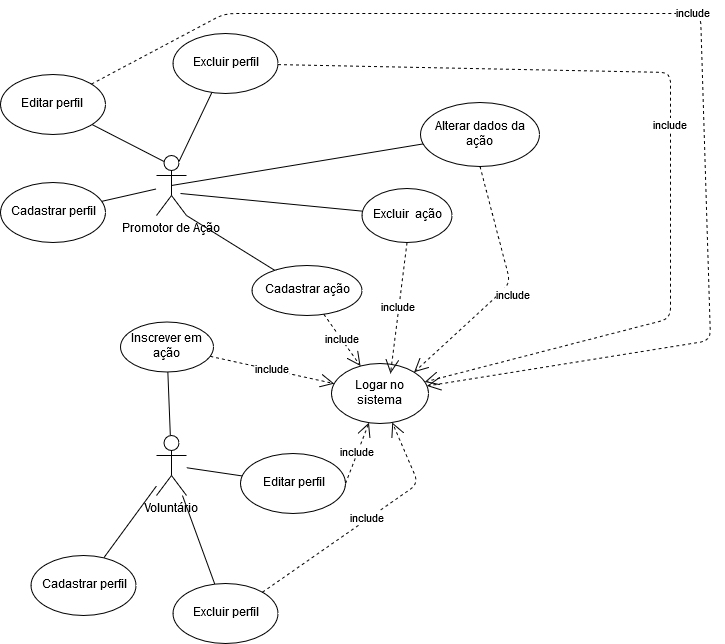
Above: docs/diagrama-casos-de-uso.png.png in danielfreitasbs/ligacao (draw.io), before the change. Source tidied: cells renumbered, new cells last; positions are measured from the earlier drawing's top-left corner, leaving out a move shared by most shapes.
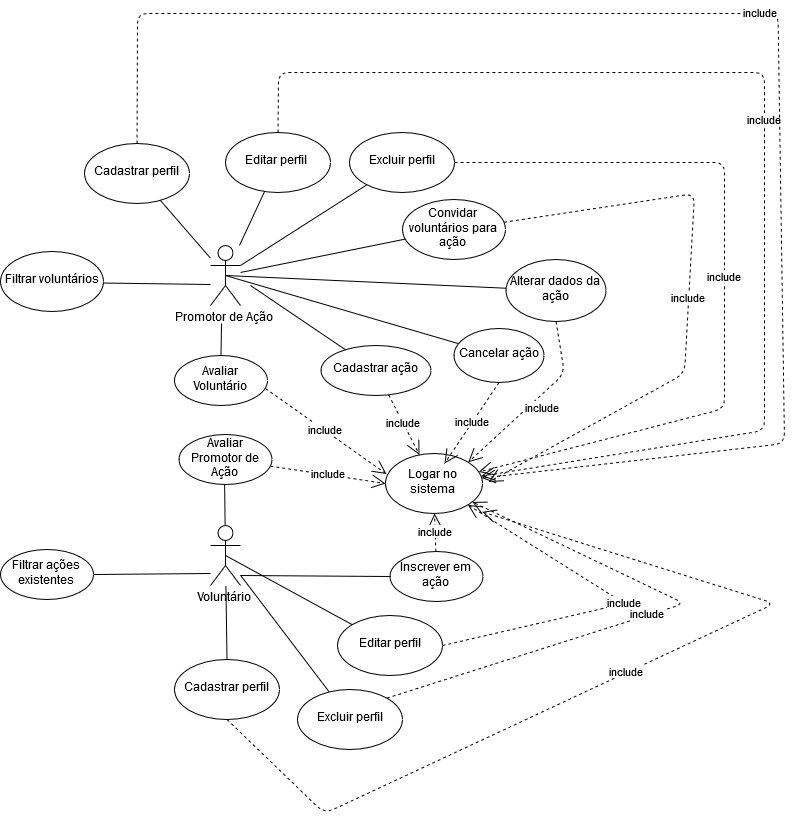
The same file after the commit.

Commit message:
docs: diagrama de casos de uso

What changed in the source:
```diff
@@ -8,11 +8,13 @@
     <mxCell id="3" value="Promotor de Ação" style="shape=umlActor;verticalLabelPosition=bottom;labelBackgroundColor=#ffffff;verticalAlign=top;html=1;outlineConnect=0;" parent="1" vertex="1">
       <mxGeometry x="156" y="142" width="30" height="60" as="geometry" />
     </mxCell>
-    <mxCell id="4" style="endArrow=none;endFill=0;endSize=12;html=1;exitX=1;exitY=1;exitDx=0;exitDy=0;exitPerimeter=0;" parent="1" edge="1" source="3" target="5">
-      <mxGeometry relative="1" as="geometry" />
+    <mxCell id="4" style="endArrow=none;endFill=0;endSize=12;html=1;" parent="1" edge="1" target="5">
+      <mxGeometry relative="1" as="geometry">
+        <mxPoint x="196" y="182" as="sourcePoint" />
+      </mxGeometry>
     </mxCell>
     <mxCell id="5" value="Cadastrar ação" style="ellipse;whiteSpace=wrap;html=1;" parent="1" vertex="1">
-      <mxGeometry x="251.5" y="252" width="110" height="50" as="geometry" />
+      <mxGeometry x="266.5" y="242" width="110" height="50" as="geometry" />
     </mxCell>
     <mxCell id="6" value="Logar no sistema" style="ellipse;whiteSpace=wrap;html=1;" parent="1" vertex="1">
       <mxGeometry x="331" y="350" width="97" height="60" as="geometry" />
@@ -21,49 +23,91 @@
       <mxGeometry relative="1" as="geometry" />
     </mxCell>
     <mxCell id="8" value="Cadastrar perfil" style="ellipse;whiteSpace=wrap;html=1;" parent="1" vertex="1">
-      <mxGeometry y="169" width="105" height="60" as="geometry" />
+      <mxGeometry x="30" y="40" width="105" height="60" as="geometry" />
     </mxCell>
     <mxCell id="9" style="endArrow=none;endFill=0;endSize=12;html=1;" parent="1" edge="1" source="3" target="8">
       <mxGeometry relative="1" as="geometry" />
     </mxCell>
     <mxCell id="10" value="Alterar dados da ação" style="ellipse;whiteSpace=wrap;html=1;" parent="1" vertex="1">
-      <mxGeometry x="420" y="89" width="119" height="64" as="geometry" />
+      <mxGeometry x="451.5" y="156" width="100" height="62" as="geometry" />
     </mxCell>
+    <mxCell id="33" style="endArrow=none;endFill=0;endSize=12;html=1;" parent="1" edge="1" target="34">
+      <mxGeometry relative="1" as="geometry">
+        <mxPoint x="156" y="470" as="sourcePoint" />
+      </mxGeometry>
+    </mxCell>
+    <mxCell id="34" value="Filtrar ações existentes" style="ellipse;whiteSpace=wrap;html=1;" parent="1" vertex="1">
+      <mxGeometry x="-54" y="446" width="93" height="50" as="geometry" />
+    </mxCell>
     <mxCell id="11" value="Inscrever em ação" style="ellipse;whiteSpace=wrap;html=1;" parent="1" vertex="1">
-      <mxGeometry x="120" y="308.5" width="93" height="50" as="geometry" />
+      <mxGeometry x="335.5" y="448" width="93" height="50" as="geometry" />
     </mxCell>
-    <mxCell id="12" style="endArrow=none;endFill=0;endSize=12;html=1;" parent="1" edge="1" source="2" target="11">
-      <mxGeometry relative="1" as="geometry" />
+    <mxCell id="12" style="endArrow=none;endFill=0;endSize=12;html=1;" parent="1" edge="1" target="11">
+      <mxGeometry relative="1" as="geometry">
+        <mxPoint x="186" y="472" as="sourcePoint" />
+      </mxGeometry>
     </mxCell>
+    <mxCell id="35" value="Avaliar Promotor de Ação" style="ellipse;whiteSpace=wrap;html=1;" parent="1" vertex="1">
+      <mxGeometry x="124.5" y="331" width="93" height="50" as="geometry" />
+    </mxCell>
+    <mxCell id="36" style="endArrow=none;endFill=0;endSize=12;html=1;" parent="1" edge="1" source="2" target="35">
+      <mxGeometry relative="1" as="geometry" />
+    </mxCell>
     <mxCell id="13" style="endArrow=none;endFill=0;endSize=12;html=1;" parent="1" edge="1" source="2" target="15">
       <mxGeometry relative="1" as="geometry" />
     </mxCell>
+    <mxCell id="37" value="include" style="endArrow=open;endSize=12;dashed=1;html=1;entryX=0;entryY=0.5;entryDx=0;entryDy=0;" parent="1" edge="1" source="35" target="6">
+      <mxGeometry relative="1" as="geometry" />
+    </mxCell>
     <mxCell id="14" value="include" style="endArrow=open;endSize=12;dashed=1;html=1;" parent="1" edge="1" source="11" target="6">
       <mxGeometry relative="1" as="geometry" />
     </mxCell>
     <mxCell id="15" value="Cadastrar perfil" style="ellipse;whiteSpace=wrap;html=1;" parent="1" vertex="1">
-      <mxGeometry x="30.5" y="542" width="105" height="60" as="geometry" />
+      <mxGeometry x="120" y="556" width="105" height="60" as="geometry" />
     </mxCell>
     <mxCell id="16" value="Editar perfil" style="ellipse;whiteSpace=wrap;html=1;" parent="1" vertex="1">
-      <mxGeometry x="240" y="440" width="105" height="60" as="geometry" />
+      <mxGeometry x="283" y="512" width="105" height="60" as="geometry" />
     </mxCell>
     <mxCell id="17" value="Editar perfil&amp;nbsp;" style="ellipse;whiteSpace=wrap;html=1;" parent="1" vertex="1">
-      <mxGeometry y="61" width="105" height="60" as="geometry" />
+      <mxGeometry x="171" y="29" width="105" height="60" as="geometry" />
     </mxCell>
+    <mxCell id="38" value="Filtrar voluntários" style="ellipse;whiteSpace=wrap;html=1;" parent="1" vertex="1">
+      <mxGeometry x="-54" y="148" width="103" height="60" as="geometry" />
+    </mxCell>
+    <mxCell id="39" value="Convidar voluntários para ação" style="ellipse;whiteSpace=wrap;html=1;" parent="1" vertex="1">
+      <mxGeometry x="348" y="96" width="103" height="60" as="geometry" />
+    </mxCell>
+    <mxCell id="40" style="endArrow=none;endFill=0;endSize=12;html=1;" parent="1" edge="1">
+      <mxGeometry relative="1" as="geometry">
+        <mxPoint x="156" y="181" as="sourcePoint" />
+        <mxPoint x="49" y="179.5" as="targetPoint" />
+      </mxGeometry>
+    </mxCell>
+    <mxCell id="41" value="Avaliar Voluntário" style="ellipse;whiteSpace=wrap;html=1;" parent="1" vertex="1">
+      <mxGeometry x="120" y="252" width="93" height="50" as="geometry" />
+    </mxCell>
+    <mxCell id="42" value="include" style="endArrow=open;endSize=12;dashed=1;html=1;entryX=0.01;entryY=0.342;entryDx=0;entryDy=0;exitX=0.978;exitY=0.66;exitDx=0;exitDy=0;exitPerimeter=0;entryPerimeter=0;" parent="1" edge="1" source="41" target="6">
+      <mxGeometry relative="1" as="geometry" />
+    </mxCell>
+    <mxCell id="43" style="endArrow=none;endFill=0;endSize=12;html=1;entryX=0.5;entryY=0;entryDx=0;entryDy=0;" parent="1" edge="1" target="41">
+      <mxGeometry relative="1" as="geometry">
+        <mxPoint x="167" y="220" as="sourcePoint" />
+      </mxGeometry>
+    </mxCell>
     <mxCell id="18" value="Excluir perfil" style="ellipse;whiteSpace=wrap;html=1;" parent="1" vertex="1">
-      <mxGeometry x="172.5" y="20" width="105" height="60" as="geometry" />
+      <mxGeometry x="295" y="29" width="105" height="60" as="geometry" />
     </mxCell>
-    <mxCell id="19" value="Excluir&amp;nbsp; ação" style="ellipse;whiteSpace=wrap;html=1;" parent="1" vertex="1">
-      <mxGeometry x="361.5" y="175" width="90" height="54" as="geometry" />
+    <mxCell id="19" value="Cancelar ação" style="ellipse;whiteSpace=wrap;html=1;" parent="1" vertex="1">
+      <mxGeometry x="399.5" y="225" width="90" height="54" as="geometry" />
     </mxCell>
     <mxCell id="20" value="Excluir perfil" style="ellipse;whiteSpace=wrap;html=1;" parent="1" vertex="1">
-      <mxGeometry x="172.5" y="570" width="105" height="60" as="geometry" />
+      <mxGeometry x="243" y="586" width="105" height="60" as="geometry" />
     </mxCell>
     <mxCell id="21" value="include" style="endArrow=open;endSize=12;dashed=1;html=1;" parent="1" edge="1" source="17" target="6">
       <mxGeometry relative="1" as="geometry">
         <Array as="points">
-          <mxPoint x="224" />
-          <mxPoint x="700" />
+          <mxPoint x="224" y="-31" />
+          <mxPoint x="710" y="-31" />
           <mxPoint x="710" y="327" />
         </Array>
       </mxGeometry>
@@ -79,33 +123,65 @@
     <mxCell id="23" value="include" style="endArrow=open;endSize=12;dashed=1;html=1;exitX=1;exitY=0;exitDx=0;exitDy=0;" parent="1" edge="1" source="20" target="6">
       <mxGeometry relative="1" as="geometry">
         <Array as="points">
-          <mxPoint x="418" y="470" />
+          <mxPoint x="630" y="500" />
         </Array>
       </mxGeometry>
     </mxCell>
     <mxCell id="24" value="include" style="endArrow=open;endSize=12;dashed=1;html=1;exitX=1;exitY=0.5;exitDx=0;exitDy=0;" parent="1" edge="1" source="16" target="6">
-      <mxGeometry relative="1" as="geometry" />
+      <mxGeometry relative="1" as="geometry">
+        <Array as="points">
+          <mxPoint x="570" y="500" />
+        </Array>
+      </mxGeometry>
     </mxCell>
-    <mxCell id="25" style="endArrow=none;endFill=0;endSize=12;html=1;exitX=0.25;exitY=0.1;exitDx=0;exitDy=0;exitPerimeter=0;" parent="1" edge="1" source="3" target="17">
+    <mxCell id="25" style="endArrow=none;endFill=0;endSize=12;html=1;" parent="1" edge="1" source="3" target="17">
       <mxGeometry relative="1" as="geometry" />
     </mxCell>
-    <mxCell id="26" style="endArrow=none;endFill=0;endSize=12;html=1;exitX=0.75;exitY=0.1;exitDx=0;exitDy=0;exitPerimeter=0;" parent="1" edge="1" source="3" target="18">
+    <mxCell id="26" style="endArrow=none;endFill=0;endSize=12;html=1;exitX=1;exitY=0.3333333333333333;exitDx=0;exitDy=0;exitPerimeter=0;" parent="1" edge="1" source="3" target="18">
       <mxGeometry relative="1" as="geometry" />
     </mxCell>
+    <mxCell id="44" value="include" style="endArrow=open;endSize=12;dashed=1;html=1;exitX=0.5;exitY=0;exitDx=0;exitDy=0;" parent="1" edge="1" source="8" target="6">
+      <mxGeometry relative="1" as="geometry">
+        <Array as="points">
+          <mxPoint x="83" y="-90" />
+          <mxPoint x="723.5" y="-90" />
+          <mxPoint x="730" y="340" />
+        </Array>
+      </mxGeometry>
+    </mxCell>
+    <mxCell id="45" style="endArrow=none;endFill=0;endSize=12;html=1;" parent="1" edge="1" source="3" target="39">
+      <mxGeometry relative="1" as="geometry" />
+    </mxCell>
     <mxCell id="27" style="endArrow=none;endFill=0;endSize=12;html=1;exitX=0.5;exitY=0.5;exitDx=0;exitDy=0;exitPerimeter=0;" parent="1" edge="1" source="3" target="10">
       <mxGeometry relative="1" as="geometry" />
     </mxCell>
-    <mxCell id="28" style="endArrow=none;endFill=0;endSize=12;html=1;" parent="1" edge="1" target="19">
-      <mxGeometry relative="1" as="geometry">
-        <mxPoint x="180" y="180" as="sourcePoint" />
-      </mxGeometry>
+    <mxCell id="28" style="endArrow=none;endFill=0;endSize=12;html=1;exitX=0.5;exitY=0.5;exitDx=0;exitDy=0;exitPerimeter=0;" parent="1" edge="1" source="3" target="19">
+      <mxGeometry relative="1" as="geometry" />
     </mxCell>
+    <mxCell id="46" value="include" style="endArrow=open;endSize=12;dashed=1;html=1;exitX=0.5;exitY=1;exitDx=0;exitDy=0;" parent="1" edge="1" source="15">
+      <mxGeometry relative="1" as="geometry">
+        <mxPoint x="427.8" y="408.4" as="targetPoint" />
+        <Array as="points">
+          <mxPoint x="270" y="710" />
+          <mxPoint x="720" y="500" />
+        </Array>
+      </mxGeometry>
+    </mxCell>
     <mxCell id="29" style="endArrow=none;endFill=0;endSize=12;html=1;" parent="1" edge="1" source="2" target="20">
       <mxGeometry relative="1" as="geometry" />
     </mxCell>
-    <mxCell id="30" style="endArrow=none;endFill=0;endSize=12;html=1;" parent="1" edge="1" source="2" target="16">
+    <mxCell id="30" style="endArrow=none;endFill=0;endSize=12;html=1;exitX=0.5;exitY=0.5;exitDx=0;exitDy=0;exitPerimeter=0;" parent="1" edge="1" source="2" target="16">
       <mxGeometry relative="1" as="geometry" />
     </mxCell>
+    <mxCell id="47" value="include" style="endArrow=open;endSize=12;dashed=1;html=1;" parent="1" edge="1" source="39">
+      <mxGeometry relative="1" as="geometry">
+        <mxPoint x="434.2" y="378.4" as="targetPoint" />
+        <Array as="points">
+          <mxPoint x="640" y="90" />
+          <mxPoint x="630" y="270" />
+        </Array>
+      </mxGeometry>
+    </mxCell>
     <mxCell id="31" value="include" style="endArrow=open;endSize=12;dashed=1;html=1;exitX=0.5;exitY=1;exitDx=0;exitDy=0;entryX=1;entryY=0;entryDx=0;entryDy=0;" parent="1" edge="1" source="10" target="6">
       <mxGeometry x="0.02" y="12" relative="1" as="geometry">
         <Array as="points">
```
